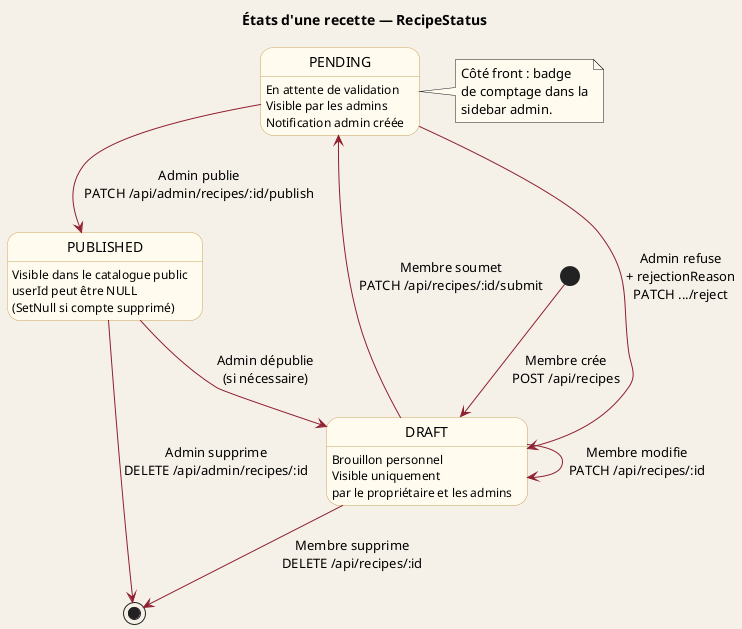
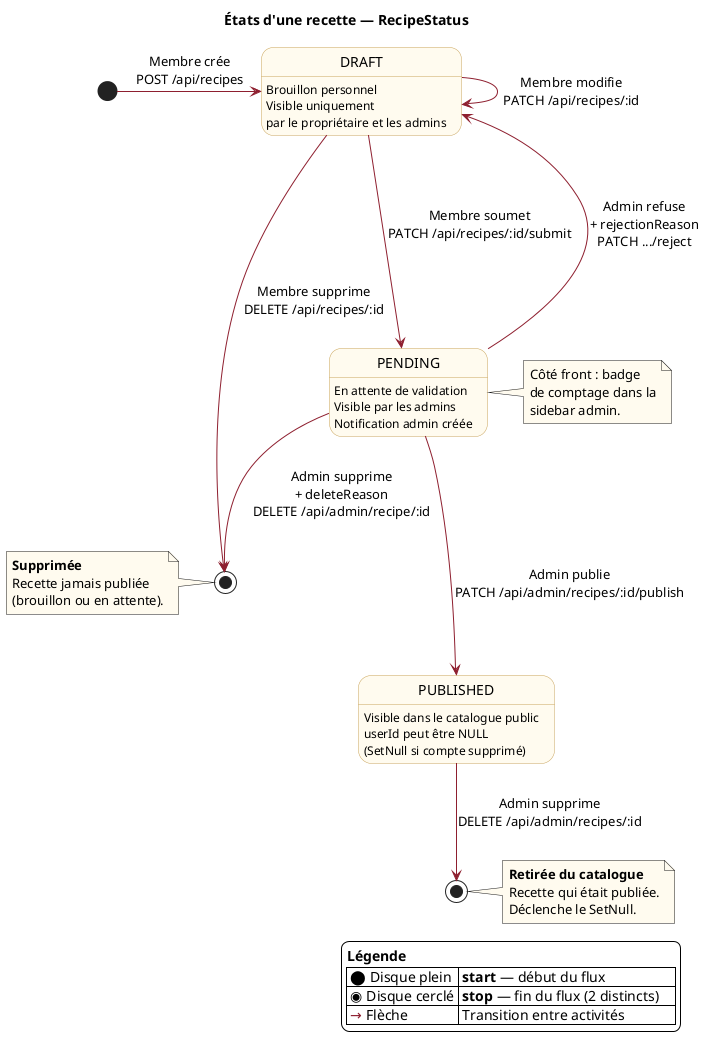
- # ╔══════════════════════════════════════════════════════════╗
- # ║  8. PlantUML — Diagramme d'états (RecipeStatus)          ║
- # ╚══════════════════════════════════════════════════════════╝
- 
- ---PLANTUML_ETATS---
@startuml Etats_RecipeStatus
- skinparam backgroundColor #F6F1E8
+ skinparam backgroundColor #FFFFFF
skinparam stateBackgroundColor #FFFBEF
skinparam stateBorderColor #C9A45C
skinparam arrowColor #8E1F2F
skinparam noteBackgroundColor #FFFBEF
title États d'une recette — RecipeStatus

- [*] --> DRAFT : Membre crée\nPOST /api/recipes
+ ' ─────────────────────────────────────────────
+ ' POINT DE DÉPART (start)
+ ' ─────────────────────────────────────────────
+ [*] -> DRAFT : Membre crée\nPOST /api/recipes

+ ' ─────────────────────────────────────────────
+ ' LES 3 ÉTATS de l'enum RecipeStatus.
+ ' PUBLISHED est un ÉTAT comme les autres : une
+ ' recette publiée y reste et peut encore être
+ ' modifiée ou supprimée.
+ ' ─────────────────────────────────────────────
state DRAFT {
  DRAFT : Brouillon personnel
  DRAFT : Visible uniquement\npar le propriétaire et les admins
}
state PENDING {
  PENDING : En attente de validation
  PENDING : Visible par les admins
  PENDING : Notification admin créée
}
state PUBLISHED {
  PUBLISHED : Visible dans le catalogue public
  PUBLISHED : userId peut être NULL\n(SetNull si compte supprimé)
}

- DRAFT --> DRAFT     : Membre modifie\nPATCH /api/recipes/:id
- DRAFT --> PENDING   : Membre soumet\nPATCH /api/recipes/:id/submit
- PENDING --> PUBLISHED : Admin publie\nPATCH /api/admin/recipes/:id/publish
- PENDING --> DRAFT   : Admin refuse\n+ rejectionReason\nPATCH .../reject
- PUBLISHED --> DRAFT : Admin dépublie\n(si nécessaire)
- DRAFT --> [*]       : Membre supprime\nDELETE /api/recipes/:id
- PUBLISHED --> [*]   : Admin supprime\nDELETE /api/admin/recipes/:id
+ ' ─────────────────────────────────────────────
+ ' LES DEUX STOPS, nommés via <<end>>.
+ ' Le seul événement terminal est la SUPPRESSION,
+ ' mais on distingue deux fins selon l'état d'où
+ ' part la recette.
+ ' ─────────────────────────────────────────────
+ state "Supprimée" as DELETED <<end>>
+ state "Retirée du catalogue" as UNPUBLISHED <<end>>

+ ' Étiquettes (garanties sur toutes les versions de PlantUML)
+ note left of DELETED
+   <b>Supprimée</b>
+   Recette jamais publiée
+   (brouillon ou en attente).
+ end note
+ note right of UNPUBLISHED
+   <b>Retirée du catalogue</b>
+   Recette qui était publiée.
+   Déclenche le SetNull.
+ end note
+ 
+ ' ─────────────────────────────────────────────
+ ' TRANSITIONS entre états
+ ' ─────────────────────────────────────────────
+ DRAFT --> DRAFT       : Membre modifie\nPATCH /api/recipes/:id
+ DRAFT ---> PENDING    : Membre soumet\nPATCH /api/recipes/:id/submit
+ PENDING --> DRAFT     : Admin refuse\n+ rejectionReason\nPATCH .../reject
+ PENDING ---> PUBLISHED : Admin publie\nPATCH /api/admin/recipes/:id/publish
+ 
+ ' ── Stop n°1 : suppression AVANT publication ──
+ DRAFT --> DELETED     : Membre supprime\nDELETE /api/recipes/:id
+ PENDING --> DELETED   : Admin supprime\n+ deleteReason\nDELETE /api/admin/recipe/:id
+ 
+ ' ── Stop n°2 : suppression d'une recette PUBLIÉE ──
+ PUBLISHED --> UNPUBLISHED : Admin supprime\nDELETE /api/admin/recipes/:id
+ 
+ ' ─────────────────────────────────────────────
note right of PENDING
  Côté front : badge
  de comptage dans la
  sidebar admin.
end note
+ 
+ legend right
+   <b>Légende</b>
+   | <color:#000000>⬤</color> Disque plein  | <b>start</b> — début du flux            |
+   | <color:#000000>◉</color> Disque cerclé | <b>stop</b> — fin du flux (2 distincts) |
+   | <color:#8E1F2F>→</color> Flèche        | Transition entre activités              |
+ endlegend
@enduml
- 
- ---FIN_PLANTUML_ETATS---